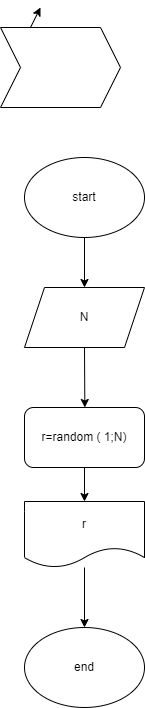
This is ex00.drawio.png from OlegRuzhinskiy/diagram, a draw.io export, as it was before one commit. Source tidied: cells renumbered, new cells last; positions are measured from the earlier drawing's top-left corner, leaving out a move shared by most shapes.
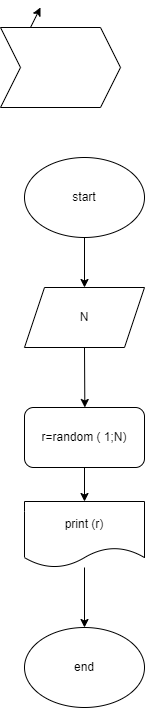
The same file after the commit.

Change to the diagram source:
```diff
@@ -35,7 +35,7 @@
     <mxCell id="10" style="edgeStyle=none;html=1;" parent="1" edge="1" source="11" target="12">
       <mxGeometry relative="1" as="geometry" />
     </mxCell>
-    <mxCell id="11" value="r" style="shape=document;whiteSpace=wrap;html=1;boundedLbl=1;" parent="1" vertex="1">
+    <mxCell id="11" value="print (r)" style="shape=document;whiteSpace=wrap;html=1;boundedLbl=1;" parent="1" vertex="1">
       <mxGeometry x="24" y="494" width="120" height="66" as="geometry" />
     </mxCell>
     <mxCell id="12" value="end" style="ellipse;whiteSpace=wrap;html=1;" parent="1" vertex="1">
```
